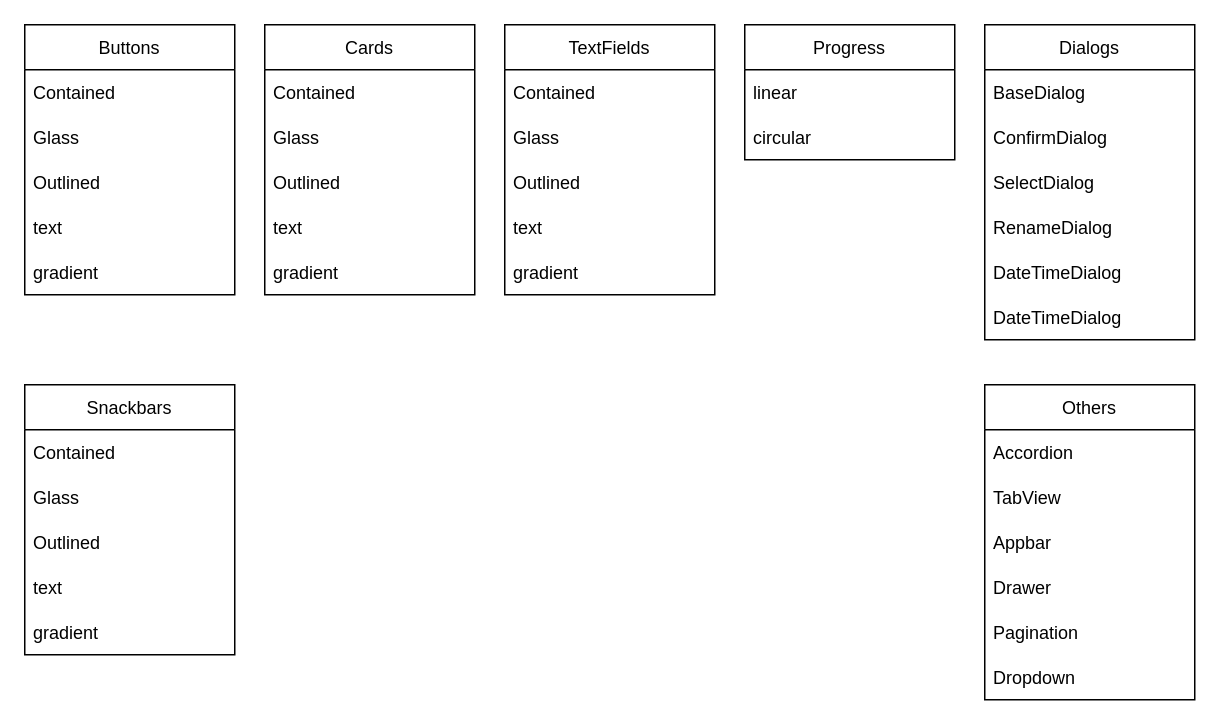
Before: page "UI" (2 of 3) of strtucture.drawio in smae1993/fatima, a draw.io diagram. Source tidied: cells renumbered, new cells numbered last; positions are measured from the earlier drawing's top-left corner, leaving out a move shared by most shapes. Both pictures are drawn from the tidied source at 150%, with x=0, y=0 at pixel (24, 24).
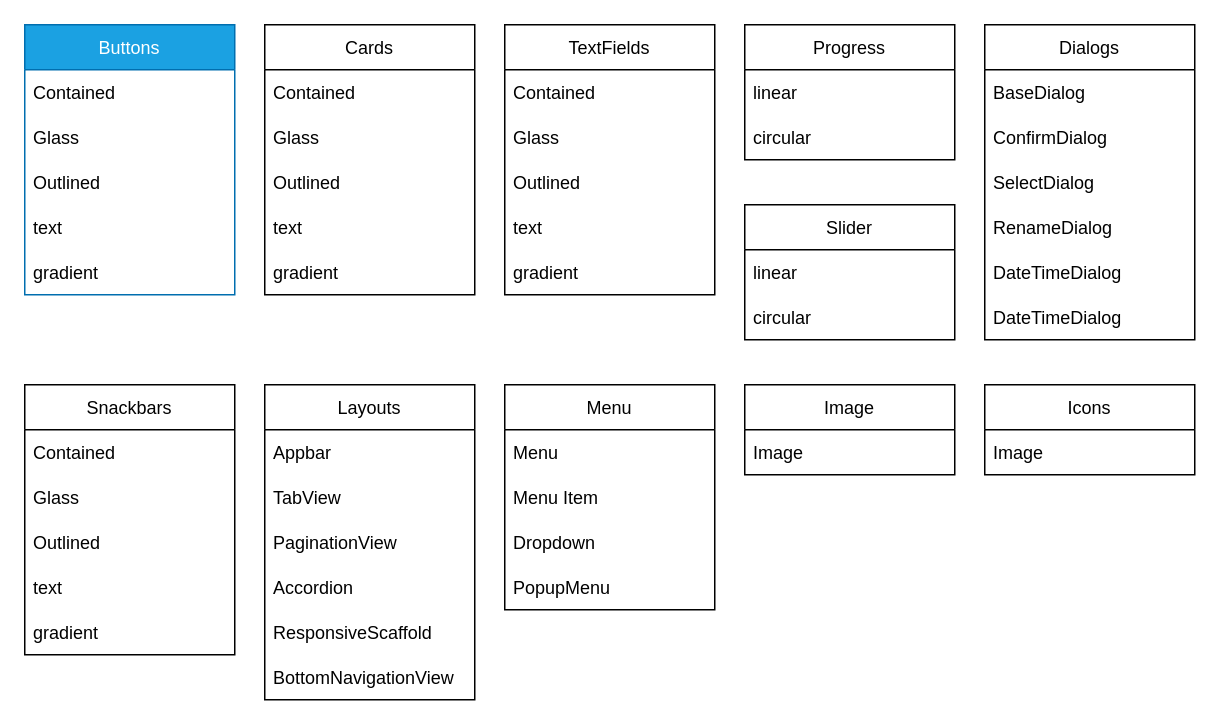
After the change.

What changed in the source:
```diff
@@
-    <mxCell id="2" value="Buttons" style="swimlane;fontStyle=0;horizontal=1;startSize=30;" parent="1" vertex="1">
+    <mxCell id="2" value="Buttons" style="swimlane;fontStyle=0;horizontal=1;startSize=30;fillColor=#1ba1e2;fontColor=#ffffff;strokeColor=#006EAF;" parent="1" vertex="1">
       <mxGeometry width="140" height="180" as="geometry" />
     </mxCell>
@@
-    <mxCell id="36" value="Others" style="swimlane;fontStyle=0;horizontal=1;startSize=30;" parent="1" vertex="1">
-      <mxGeometry x="640" y="240" width="140" height="210" as="geometry" />
-    </mxCell>
+    <mxCell id="43" value="Layouts" style="swimlane;fontStyle=0;horizontal=1;startSize=30;" parent="1" vertex="1">
+      <mxGeometry x="160" y="240" width="140" height="210" as="geometry" />
+    </mxCell>
+    <mxCell id="39" value="Appbar" style="text;strokeColor=none;fillColor=none;align=left;verticalAlign=middle;spacingLeft=4;spacingRight=4;overflow=hidden;" parent="43" vertex="1">
+      <mxGeometry y="30" width="140" height="30" as="geometry" />
+    </mxCell>
+    <mxCell id="38" value="TabView" style="text;strokeColor=none;fillColor=none;align=left;verticalAlign=middle;spacingLeft=4;spacingRight=4;overflow=hidden;" parent="43" vertex="1">
+      <mxGeometry y="60" width="140" height="30" as="geometry" />
+    </mxCell>
+    <mxCell id="41" value="PaginationView" style="text;strokeColor=none;fillColor=none;align=left;verticalAlign=middle;spacingLeft=4;spacingRight=4;overflow=hidden;" parent="43" vertex="1">
+      <mxGeometry y="90" width="140" height="30" as="geometry" />
+    </mxCell>
-    <mxCell id="37" value="Accordion" style="text;strokeColor=none;fillColor=none;align=left;verticalAlign=middle;spacingLeft=4;spacingRight=4;overflow=hidden;" parent="36" vertex="1">
-      <mxGeometry y="30" width="140" height="30" as="geometry" />
+    <mxCell id="37" value="Accordion" style="text;strokeColor=none;fillColor=none;align=left;verticalAlign=middle;spacingLeft=4;spacingRight=4;overflow=hidden;" parent="43" vertex="1">
+      <mxGeometry y="120" width="140" height="30" as="geometry" />
     </mxCell>
-    <mxCell id="38" value="TabView" style="text;strokeColor=none;fillColor=none;align=left;verticalAlign=middle;spacingLeft=4;spacingRight=4;overflow=hidden;" parent="36" vertex="1">
-      <mxGeometry y="60" width="140" height="30" as="geometry" />
-    </mxCell>
-    <mxCell id="39" value="Appbar" style="text;strokeColor=none;fillColor=none;align=left;verticalAlign=middle;spacingLeft=4;spacingRight=4;overflow=hidden;" parent="36" vertex="1">
-      <mxGeometry y="90" width="140" height="30" as="geometry" />
-    </mxCell>
-    <mxCell id="40" value="Drawer" style="text;strokeColor=none;fillColor=none;align=left;verticalAlign=middle;spacingLeft=4;spacingRight=4;overflow=hidden;" parent="36" vertex="1">
-      <mxGeometry y="120" width="140" height="30" as="geometry" />
-    </mxCell>
-    <mxCell id="41" value="Pagination" style="text;strokeColor=none;fillColor=none;align=left;verticalAlign=middle;spacingLeft=4;spacingRight=4;overflow=hidden;" parent="36" vertex="1">
-      <mxGeometry y="150" width="140" height="30" as="geometry" />
-    </mxCell>
+    <mxCell id="44" value="ResponsiveScaffold" style="text;strokeColor=none;fillColor=none;align=left;verticalAlign=middle;spacingLeft=4;spacingRight=4;overflow=hidden;" parent="43" vertex="1">
+      <mxGeometry y="150" width="140" height="30" as="geometry" />
+    </mxCell>
+    <mxCell id="45" value="BottomNavigationView" style="text;strokeColor=none;fillColor=none;align=left;verticalAlign=middle;spacingLeft=4;spacingRight=4;overflow=hidden;" parent="43" vertex="1">
+      <mxGeometry y="180" width="140" height="30" as="geometry" />
+    </mxCell>
+    <mxCell id="46" value="Menu" style="swimlane;fontStyle=0;horizontal=1;startSize=30;" parent="1" vertex="1">
+      <mxGeometry x="320" y="240" width="140" height="150" as="geometry" />
+    </mxCell>
+    <mxCell id="47" value="Menu" style="text;strokeColor=none;fillColor=none;align=left;verticalAlign=middle;spacingLeft=4;spacingRight=4;overflow=hidden;" parent="46" vertex="1">
+      <mxGeometry y="30" width="140" height="30" as="geometry" />
+    </mxCell>
+    <mxCell id="48" value="Menu Item" style="text;strokeColor=none;fillColor=none;align=left;verticalAlign=middle;spacingLeft=4;spacingRight=4;overflow=hidden;" parent="46" vertex="1">
+      <mxGeometry y="60" width="140" height="30" as="geometry" />
+    </mxCell>
-    <mxCell id="42" value="Dropdown" style="text;strokeColor=none;fillColor=none;align=left;verticalAlign=middle;spacingLeft=4;spacingRight=4;overflow=hidden;" parent="36" vertex="1">
-      <mxGeometry y="180" width="140" height="30" as="geometry" />
+    <mxCell id="42" value="Dropdown" style="text;strokeColor=none;fillColor=none;align=left;verticalAlign=middle;spacingLeft=4;spacingRight=4;overflow=hidden;" parent="46" vertex="1">
+      <mxGeometry y="90" width="140" height="30" as="geometry" />
     </mxCell>
+    <mxCell id="49" value="PopupMenu" style="text;strokeColor=none;fillColor=none;align=left;verticalAlign=middle;spacingLeft=4;spacingRight=4;overflow=hidden;" parent="46" vertex="1">
+      <mxGeometry y="120" width="140" height="30" as="geometry" />
+    </mxCell>
+    <mxCell id="50" value="Slider" style="swimlane;fontStyle=0;horizontal=1;startSize=30;" parent="1" vertex="1">
+      <mxGeometry x="480" y="120" width="140" height="90" as="geometry" />
+    </mxCell>
+    <mxCell id="51" value="linear" style="text;strokeColor=none;fillColor=none;align=left;verticalAlign=middle;spacingLeft=4;spacingRight=4;overflow=hidden;" parent="50" vertex="1">
+      <mxGeometry y="30" width="140" height="30" as="geometry" />
+    </mxCell>
+    <mxCell id="52" value="circular" style="text;strokeColor=none;fillColor=none;align=left;verticalAlign=middle;spacingLeft=4;spacingRight=4;overflow=hidden;" parent="50" vertex="1">
+      <mxGeometry y="60" width="140" height="30" as="geometry" />
+    </mxCell>
+    <mxCell id="53" value="Image" style="swimlane;fontStyle=0;horizontal=1;startSize=30;" parent="1" vertex="1">
+      <mxGeometry x="480" y="240" width="140" height="60" as="geometry" />
+    </mxCell>
+    <mxCell id="54" value="Image" style="text;strokeColor=none;fillColor=none;align=left;verticalAlign=middle;spacingLeft=4;spacingRight=4;overflow=hidden;" parent="53" vertex="1">
+      <mxGeometry y="30" width="140" height="30" as="geometry" />
+    </mxCell>
+    <mxCell id="55" value="Icons" style="swimlane;fontStyle=0;horizontal=1;startSize=30;" parent="1" vertex="1">
+      <mxGeometry x="640" y="240" width="140" height="60" as="geometry" />
+    </mxCell>
+    <mxCell id="56" value="Image" style="text;strokeColor=none;fillColor=none;align=left;verticalAlign=middle;spacingLeft=4;spacingRight=4;overflow=hidden;" parent="55" vertex="1">
+      <mxGeometry y="30" width="140" height="30" as="geometry" />
+    </mxCell>
```
